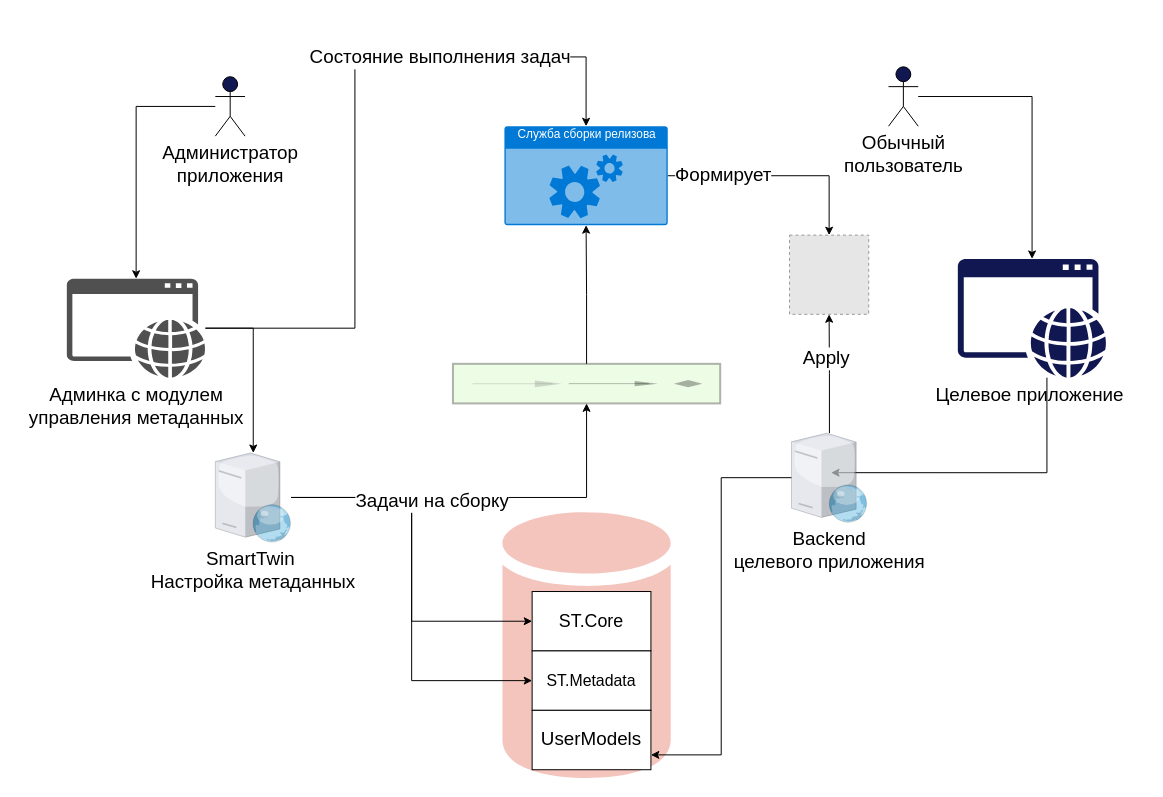
Above: page "TopLevelArhitect" (2 of 3) of ModelConstructor.drawio in aaf1974/ProjectDiagram (draw.io), before the change. Source tidied: cells renumbered, new cells numbered last; positions are measured from the earlier drawing's top-left corner, leaving out a move shared by most shapes. Both pictures are drawn from the tidied source at 99%, with x=0, y=0 at pixel (66, 56). Pictures stored in the file or linked from it are replaced by grey dashed boxes.
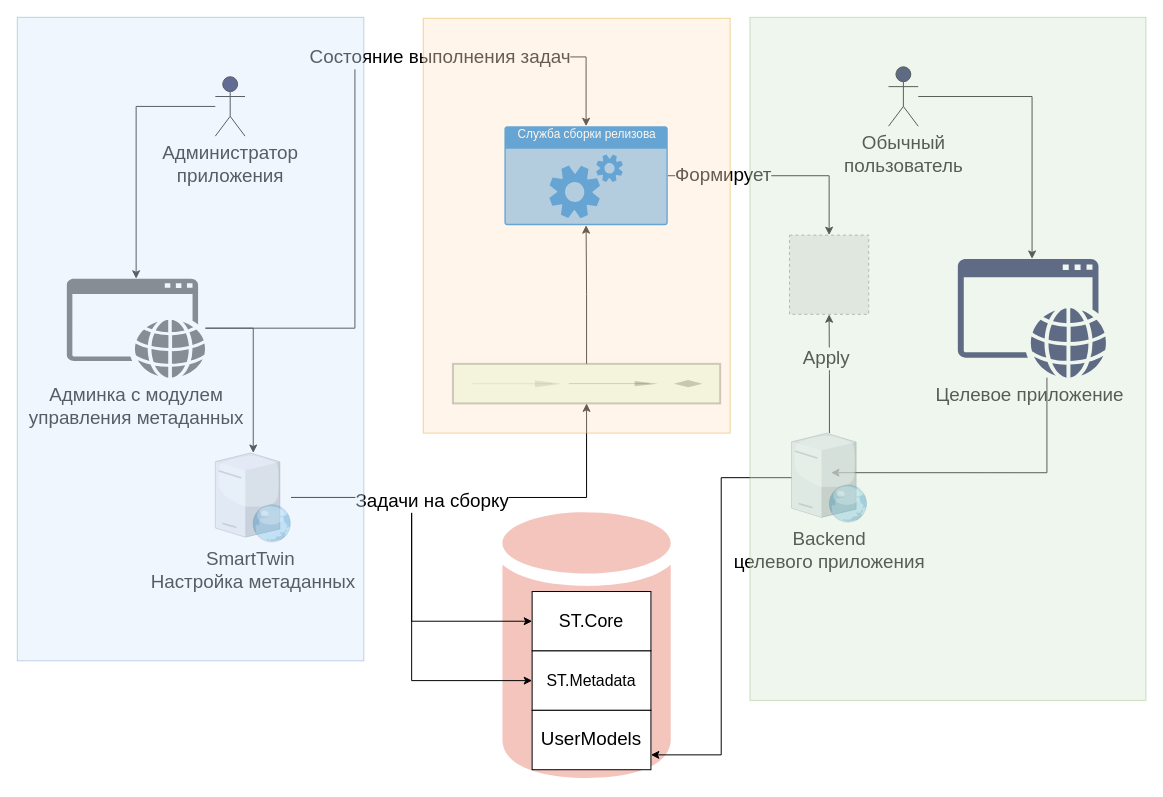
The same diagram, later.

Change to the diagram source:
```diff
@@
+    <mxCell id="33" style="rounded=0;whiteSpace=wrap;html=1;labelBackgroundColor=#0000FF;labelBorderColor=none;fontSize=13;fillColor=#dae8fc;strokeColor=#6c8ebf;opacity=40;" parent="1" vertex="1">
+      <mxGeometry x="-50" y="-40" width="350" height="650" as="geometry" />
+    </mxCell>
+    <mxCell id="34" style="rounded=0;whiteSpace=wrap;html=1;labelBackgroundColor=#0000FF;labelBorderColor=none;fontSize=13;fillColor=#d5e8d4;opacity=40;strokeColor=#82b366;" parent="1" vertex="1">
+      <mxGeometry x="690" y="-40" width="400" height="690" as="geometry" />
+    </mxCell>
+    <mxCell id="35" style="rounded=0;whiteSpace=wrap;html=1;labelBackgroundColor=#0000FF;labelBorderColor=none;fontSize=13;fillColor=#ffe6cc;opacity=40;strokeColor=#d79b00;" parent="1" vertex="1">
+      <mxGeometry x="360" y="-39" width="310" height="419" as="geometry" />
+    </mxCell>
```
